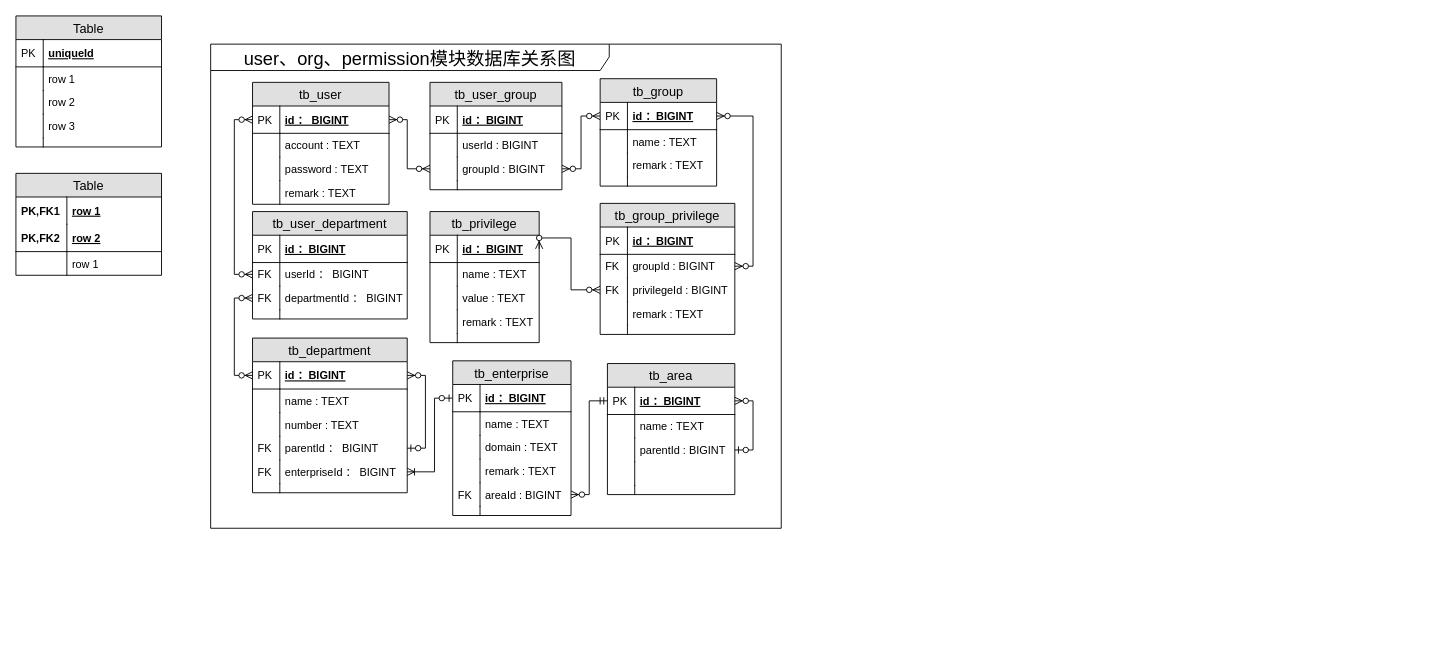
The draw.io diagram page "第 2 页" (2 of 2) of CDRS/DB-design.drawio in waterwatermelon/graph, before the edit. Source tidied: cells renumbered, new cells numbered last; positions are measured from the earlier drawing's top-left corner, leaving out a move shared by most shapes. Both pictures are drawn from the tidied source at 91%, with x=0, y=0 at pixel (15, 15).
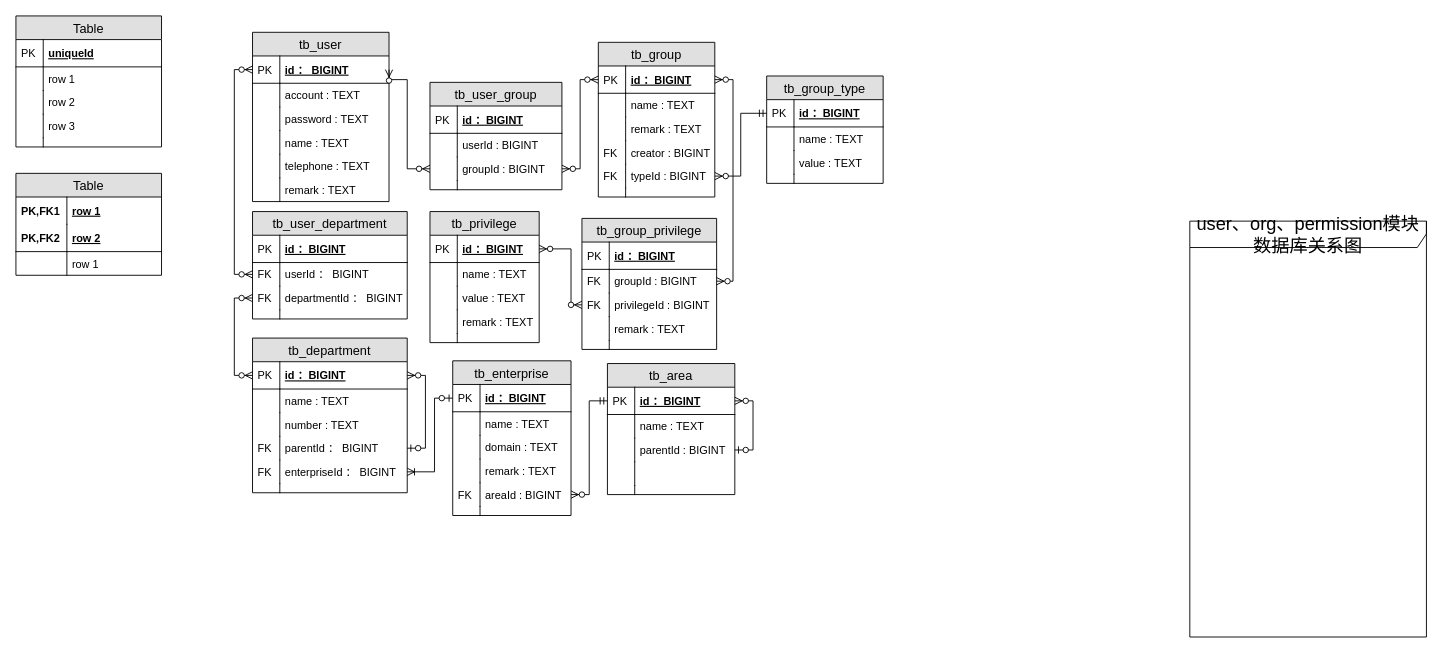
Above is the later version.

Unchanged cells that the change refers to:
```xml
<mxCell id="22" value="id ： BIGINT" style="shape=partialRectangle;top=0;left=0;right=0;bottom=1;align=left;verticalAlign=middle;fillColor=none;spacingLeft=34;spacingRight=4;overflow=hidden;points=[[0,0.5],[1,0.5]];portConstraint=eastwest;fontStyle=5;fontSize=12;" parent="21" vertex="1">
  <mxGeometry y="26" width="150" height="30" as="geometry" />
</mxCell>
<mxCell id="40" value="id ：BIGINT" style="shape=partialRectangle;top=0;left=0;right=0;bottom=1;align=left;verticalAlign=middle;fillColor=none;spacingLeft=34;spacingRight=4;overflow=hidden;points=[[0,0.5],[1,0.5]];portConstraint=eastwest;fontStyle=5;fontSize=12;" parent="39" vertex="1">
  <mxGeometry y="26" width="120" height="30" as="geometry" />
</mxCell>
<mxCell id="96" value="privilegeId : BIGINT" style="shape=partialRectangle;top=0;left=0;right=0;bottom=0;align=left;verticalAlign=top;fillColor=none;spacingLeft=34;spacingRight=4;overflow=hidden;points=[[0,0.5],[1,0.5]];portConstraint=eastwest;fontSize=12;" parent="91" vertex="1">
  <mxGeometry y="82" width="148" height="26" as="geometry" />
</mxCell>
<mxCell id="121" value="groupId : BIGINT" style="shape=partialRectangle;top=0;left=0;right=0;bottom=0;align=left;verticalAlign=top;fillColor=none;spacingLeft=34;spacingRight=4;overflow=hidden;points=[[0,0.5],[1,0.5]];portConstraint=eastwest;fontSize=12;" parent="116" vertex="1">
  <mxGeometry y="82" width="145" height="26" as="geometry" />
</mxCell>
```

Diff of the diagram source:
```diff
@@
     <mxCell id="2" value="user、org、permission模块数据库关系图" style="shape=umlFrame;whiteSpace=wrap;html=1;fontSize=20;width=438;height=29;" parent="1" vertex="1">
-      <mxGeometry x="214" y="31" width="627" height="532" as="geometry" />
+      <mxGeometry x="1290" y="225.5" width="260" height="457" as="geometry" />
     </mxCell>
@@
     <mxCell id="21" value="tb_user" style="swimlane;fontStyle=0;horizontal=1;startSize=26;fillColor=#e0e0e0;swimlaneFillColor=#ffffff;align=center;fontSize=14;" parent="1" vertex="1">
-      <mxGeometry x="260" y="73" width="150" height="134" as="geometry" />
+      <mxGeometry x="260" y="18" width="150" height="186" as="geometry" />
     </mxCell>
@@
-    <mxCell id="28" value="remark : TEXT" style="shape=partialRectangle;top=0;left=0;right=0;bottom=0;align=left;verticalAlign=top;fillColor=none;spacingLeft=34;spacingRight=4;overflow=hidden;fontSize=12;" parent="21" vertex="1">
+    <mxCell id="28" value="name : TEXT" style="shape=partialRectangle;top=0;left=0;right=0;bottom=0;align=left;verticalAlign=top;fillColor=none;spacingLeft=34;spacingRight=4;overflow=hidden;fontSize=12;" parent="21" vertex="1">
       <mxGeometry y="108" width="150" height="26" as="geometry" />
     </mxCell>
@@
+    <mxCell id="128" value="telephone : TEXT" style="shape=partialRectangle;top=0;left=0;right=0;bottom=0;align=left;verticalAlign=top;fillColor=none;spacingLeft=34;spacingRight=4;overflow=hidden;fontSize=12;" parent="21" vertex="1">
+      <mxGeometry y="134" width="150" height="26" as="geometry" />
+    </mxCell>
+    <mxCell id="129" style="shape=partialRectangle;top=0;left=0;bottom=0;fillColor=none;align=left;verticalAlign=top;spacingLeft=4;spacingRight=4;overflow=hidden;fontSize=12;" parent="128" vertex="1">
+      <mxGeometry width="30" height="26" as="geometry" />
+    </mxCell>
+    <mxCell id="130" value="remark : TEXT" style="shape=partialRectangle;top=0;left=0;right=0;bottom=0;align=left;verticalAlign=top;fillColor=none;spacingLeft=34;spacingRight=4;overflow=hidden;fontSize=12;" parent="21" vertex="1">
+      <mxGeometry y="160" width="150" height="26" as="geometry" />
+    </mxCell>
+    <mxCell id="131" style="shape=partialRectangle;top=0;left=0;bottom=0;fillColor=none;align=left;verticalAlign=top;spacingLeft=4;spacingRight=4;overflow=hidden;fontSize=12;" parent="130" vertex="1">
+      <mxGeometry width="30" height="26" as="geometry" />
+    </mxCell>
     <mxCell id="30" value="tb_group" style="swimlane;fontStyle=0;horizontal=1;startSize=26;fillColor=#e0e0e0;swimlaneFillColor=#ffffff;align=center;fontSize=14;" parent="1" vertex="1">
-      <mxGeometry x="642" y="69" width="128" height="118" as="geometry" />
+      <mxGeometry x="640" y="29" width="128" height="170" as="geometry" />
     </mxCell>
@@
+    <mxCell id="132" value="creator : BIGINT " style="shape=partialRectangle;top=0;left=0;right=0;bottom=0;align=left;verticalAlign=top;fillColor=none;spacingLeft=34;spacingRight=4;overflow=hidden;fontSize=12;" parent="30" vertex="1">
+      <mxGeometry y="108" width="128" height="26" as="geometry" />
+    </mxCell>
+    <mxCell id="133" value="FK" style="shape=partialRectangle;top=0;left=0;bottom=0;fillColor=none;align=left;verticalAlign=top;spacingLeft=4;spacingRight=4;overflow=hidden;fontSize=12;" parent="132" vertex="1">
+      <mxGeometry width="30" height="26" as="geometry" />
+    </mxCell>
+    <mxCell id="134" value="typeId : BIGINT " style="shape=partialRectangle;top=0;left=0;right=0;bottom=0;align=left;verticalAlign=top;fillColor=none;spacingLeft=34;spacingRight=4;overflow=hidden;points=[[0,0.5],[1,0.5]];portConstraint=eastwest;fontSize=12;" parent="30" vertex="1">
+      <mxGeometry y="134" width="128" height="26" as="geometry" />
+    </mxCell>
+    <mxCell id="135" value="FK" style="shape=partialRectangle;top=0;left=0;bottom=0;fillColor=none;align=left;verticalAlign=top;spacingLeft=4;spacingRight=4;overflow=hidden;fontSize=12;" parent="134" vertex="1">
+      <mxGeometry width="30" height="26" as="geometry" />
+    </mxCell>
     <mxCell id="37" style="shape=partialRectangle;top=0;left=0;right=0;bottom=0;align=left;verticalAlign=top;fillColor=none;spacingLeft=34;spacingRight=4;overflow=hidden;fontSize=12;" parent="30" vertex="1">
-      <mxGeometry y="108" width="128" height="10" as="geometry" />
+      <mxGeometry y="160" width="128" height="10" as="geometry" />
     </mxCell>
@@
     <mxCell id="91" value="tb_group_privilege" style="swimlane;fontStyle=0;horizontal=1;startSize=26;fillColor=#e0e0e0;swimlaneFillColor=#ffffff;align=center;fontSize=14;" parent="1" vertex="1">
-      <mxGeometry x="642" y="206" width="148" height="144" as="geometry" />
+      <mxGeometry x="622" y="222.5" width="148" height="144" as="geometry" />
     </mxCell>
@@
     <mxCell id="103" style="edgeStyle=orthogonalEdgeStyle;rounded=0;jettySize=auto;html=1;entryX=0;entryY=0.5;entryDx=0;entryDy=0;startArrow=ERzeroToMany;startFill=1;endArrow=ERzeroToMany;endFill=1;fontSize=20;exitX=1;exitY=0.5;exitDx=0;exitDy=0;" parent="1" edge="1" source="40" target="96">
       <mxGeometry relative="1" as="geometry">
         <Array as="points">
-          <mxPoint x="610" y="244" />
-          <mxPoint x="610" y="301" />
+          <mxPoint x="610" y="256" />
+          <mxPoint x="610" y="318" />
         </Array>
       </mxGeometry>
     </mxCell>
@@
     <mxCell id="126" style="edgeStyle=orthogonalEdgeStyle;rounded=0;jettySize=auto;html=1;exitX=1;exitY=0.5;exitDx=0;exitDy=0;entryX=0;entryY=0.5;entryDx=0;entryDy=0;startArrow=ERzeroToMany;startFill=1;endArrow=ERzeroToMany;endFill=1;fontSize=20;" parent="1" edge="1" source="22" target="121">
       <mxGeometry relative="1" as="geometry">
         <Array as="points">
-          <mxPoint x="430" y="114" />
+          <mxPoint x="430" y="70" />
           <mxPoint x="430" y="168" />
         </Array>
       </mxGeometry>
     </mxCell>
@@
+    <mxCell id="136" value="tb_group_type" style="swimlane;fontStyle=0;horizontal=1;startSize=26;fillColor=#e0e0e0;swimlaneFillColor=#ffffff;align=center;fontSize=14;" parent="1" vertex="1">
+      <mxGeometry x="825" y="66" width="128" height="118" as="geometry" />
+    </mxCell>
+    <mxCell id="137" value="id ：BIGINT" style="shape=partialRectangle;top=0;left=0;right=0;bottom=1;align=left;verticalAlign=middle;fillColor=none;spacingLeft=34;spacingRight=4;overflow=hidden;points=[[0,0.5],[1,0.5]];portConstraint=eastwest;fontStyle=5;fontSize=12;" parent="136" vertex="1">
+      <mxGeometry y="26" width="128" height="30" as="geometry" />
+    </mxCell>
+    <mxCell id="138" value="PK" style="shape=partialRectangle;top=0;left=0;bottom=0;fillColor=none;align=left;verticalAlign=middle;spacingLeft=4;spacingRight=4;overflow=hidden;fontSize=12;" parent="137" vertex="1">
+      <mxGeometry width="30" height="30" as="geometry" />
+    </mxCell>
+    <mxCell id="139" value="name : TEXT" style="shape=partialRectangle;top=0;left=0;right=0;bottom=0;align=left;verticalAlign=top;fillColor=none;spacingLeft=34;spacingRight=4;overflow=hidden;fontSize=12;" parent="136" vertex="1">
+      <mxGeometry y="56" width="128" height="26" as="geometry" />
+    </mxCell>
+    <mxCell id="140" style="shape=partialRectangle;top=0;left=0;bottom=0;fillColor=none;align=left;verticalAlign=top;spacingLeft=4;spacingRight=4;overflow=hidden;fontSize=12;" parent="139" vertex="1">
+      <mxGeometry width="30" height="26" as="geometry" />
+    </mxCell>
+    <mxCell id="141" value="value : TEXT" style="shape=partialRectangle;top=0;left=0;right=0;bottom=0;align=left;verticalAlign=top;fillColor=none;spacingLeft=34;spacingRight=4;overflow=hidden;fontSize=12;" parent="136" vertex="1">
+      <mxGeometry y="82" width="128" height="26" as="geometry" />
+    </mxCell>
+    <mxCell id="142" style="shape=partialRectangle;top=0;left=0;bottom=0;fillColor=none;align=left;verticalAlign=top;spacingLeft=4;spacingRight=4;overflow=hidden;fontSize=12;" parent="141" vertex="1">
+      <mxGeometry width="30" height="26" as="geometry" />
+    </mxCell>
+    <mxCell id="143" style="shape=partialRectangle;top=0;left=0;right=0;bottom=0;align=left;verticalAlign=top;fillColor=none;spacingLeft=34;spacingRight=4;overflow=hidden;fontSize=12;" parent="136" vertex="1">
+      <mxGeometry y="108" width="128" height="10" as="geometry" />
+    </mxCell>
+    <mxCell id="144" style="shape=partialRectangle;top=0;left=0;bottom=0;fillColor=none;align=left;verticalAlign=top;spacingLeft=4;spacingRight=4;overflow=hidden;fontSize=12;" parent="143" vertex="1">
+      <mxGeometry width="30" height="10" as="geometry" />
+    </mxCell>
+    <mxCell id="145" style="edgeStyle=orthogonalEdgeStyle;rounded=0;jettySize=auto;html=1;exitX=1;exitY=0.5;exitDx=0;exitDy=0;entryX=0;entryY=0.5;entryDx=0;entryDy=0;endArrow=ERmandOne;endFill=0;startArrow=ERzeroToMany;startFill=1;" parent="1" edge="1" source="134" target="137">
+      <mxGeometry relative="1" as="geometry" />
+    </mxCell>
```
